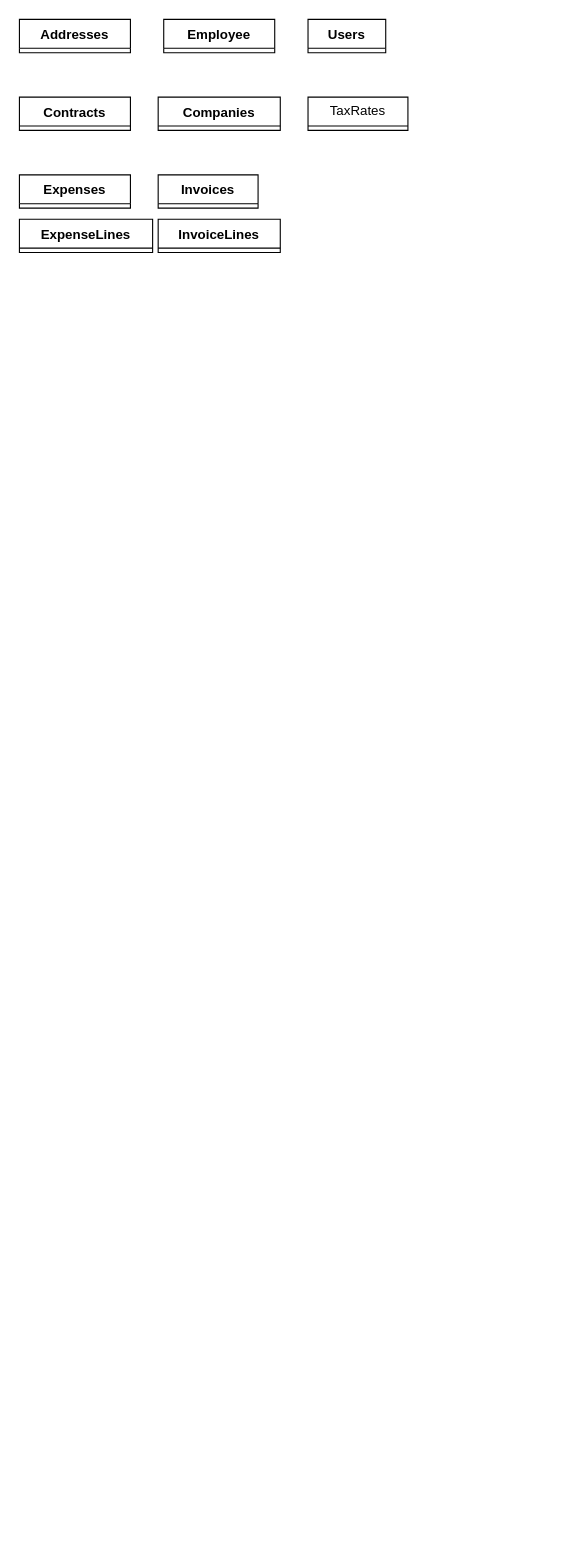
Above: Diagramme sans nom.drawio in Eaulmesse/upit_erp_dev (draw.io), before the change. Source tidied: cells renumbered, new cells numbered last; positions are measured from the earlier drawing's top-left corner, leaving out a move shared by most shapes. Both pictures are drawn from the tidied source at 111%, with x=0, y=0 at pixel (19, 19).
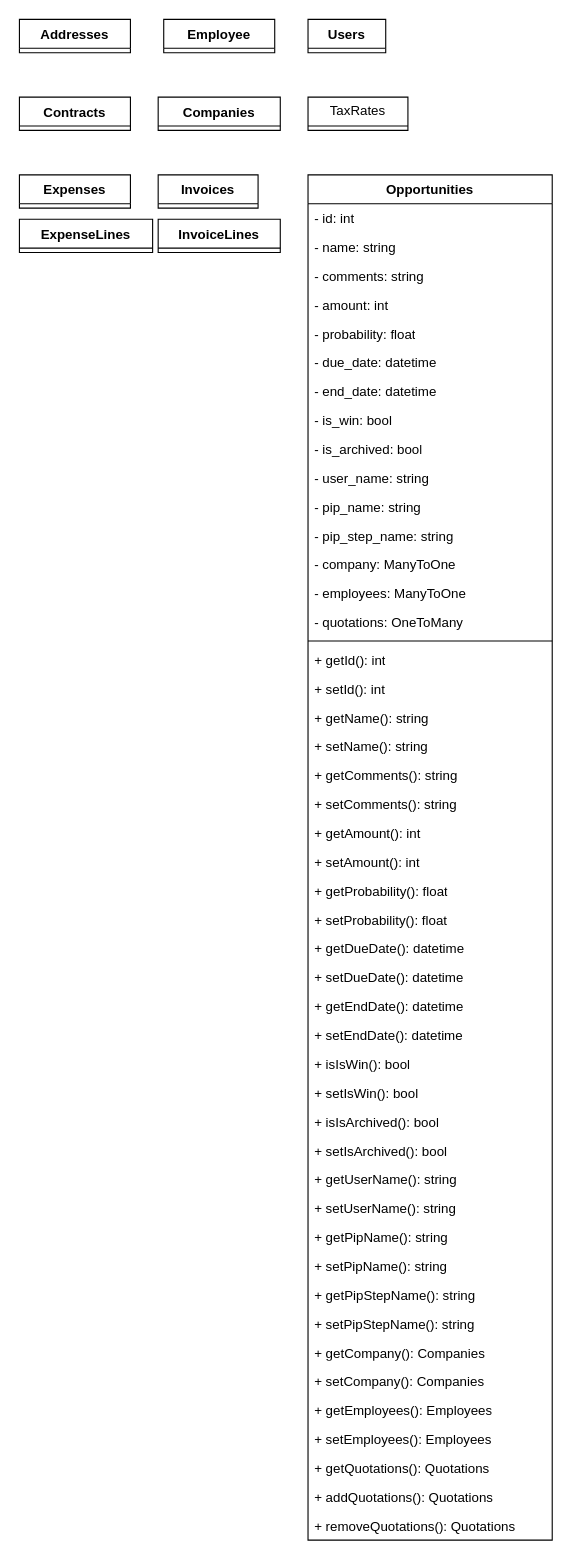
The same page after the edit.

Diff of the diagram source:
```diff
@@
+    <mxCell id="12" value="Opportunities" style="swimlane;fontStyle=1;align=center;verticalAlign=top;horizontal=1;startSize=26;whiteSpace=wrap;html=1;" parent="1" vertex="1">
+      <mxGeometry x="260" y="140" width="220" height="1230" as="geometry" />
+    </mxCell>
+    <mxCell id="13" value="- id: int" style="text;strokeColor=none;fillColor=none;align=left;verticalAlign=top;spacingLeft=4;spacingRight=4;overflow=hidden;whiteSpace=wrap;html=1;" parent="12" vertex="1">
+      <mxGeometry y="26" width="220" height="26" as="geometry" />
+    </mxCell>
+    <mxCell id="14" value="- name: string" style="text;strokeColor=none;fillColor=none;align=left;verticalAlign=top;spacingLeft=4;spacingRight=4;overflow=hidden;whiteSpace=wrap;html=1;" parent="12" vertex="1">
+      <mxGeometry y="52" width="220" height="26" as="geometry" />
+    </mxCell>
+    <mxCell id="15" value="- comments: string" style="text;strokeColor=none;fillColor=none;align=left;verticalAlign=top;spacingLeft=4;spacingRight=4;overflow=hidden;whiteSpace=wrap;html=1;" parent="12" vertex="1">
+      <mxGeometry y="78" width="220" height="26" as="geometry" />
+    </mxCell>
+    <mxCell id="16" value="- amount: int" style="text;strokeColor=none;fillColor=none;align=left;verticalAlign=top;spacingLeft=4;spacingRight=4;overflow=hidden;whiteSpace=wrap;html=1;" parent="12" vertex="1">
+      <mxGeometry y="104" width="220" height="26" as="geometry" />
+    </mxCell>
+    <mxCell id="17" value="- probability: float" style="text;strokeColor=none;fillColor=none;align=left;verticalAlign=top;spacingLeft=4;spacingRight=4;overflow=hidden;whiteSpace=wrap;html=1;" parent="12" vertex="1">
+      <mxGeometry y="130" width="220" height="26" as="geometry" />
+    </mxCell>
+    <mxCell id="18" value="- due_date: datetime" style="text;strokeColor=none;fillColor=none;align=left;verticalAlign=top;spacingLeft=4;spacingRight=4;overflow=hidden;whiteSpace=wrap;html=1;" parent="12" vertex="1">
+      <mxGeometry y="156" width="220" height="26" as="geometry" />
+    </mxCell>
+    <mxCell id="19" value="- end_date: datetime" style="text;strokeColor=none;fillColor=none;align=left;verticalAlign=top;spacingLeft=4;spacingRight=4;overflow=hidden;whiteSpace=wrap;html=1;" parent="12" vertex="1">
+      <mxGeometry y="182" width="220" height="26" as="geometry" />
+    </mxCell>
+    <mxCell id="20" value="- is_win: bool" style="text;strokeColor=none;fillColor=none;align=left;verticalAlign=top;spacingLeft=4;spacingRight=4;overflow=hidden;whiteSpace=wrap;html=1;" parent="12" vertex="1">
+      <mxGeometry y="208" width="220" height="26" as="geometry" />
+    </mxCell>
+    <mxCell id="21" value="- is_archived: bool" style="text;strokeColor=none;fillColor=none;align=left;verticalAlign=top;spacingLeft=4;spacingRight=4;overflow=hidden;whiteSpace=wrap;html=1;" parent="12" vertex="1">
+      <mxGeometry y="234" width="220" height="26" as="geometry" />
+    </mxCell>
+    <mxCell id="22" value="- user_name: string" style="text;strokeColor=none;fillColor=none;align=left;verticalAlign=top;spacingLeft=4;spacingRight=4;overflow=hidden;whiteSpace=wrap;html=1;" parent="12" vertex="1">
+      <mxGeometry y="260" width="220" height="26" as="geometry" />
+    </mxCell>
+    <mxCell id="23" value="- pip_name: string" style="text;strokeColor=none;fillColor=none;align=left;verticalAlign=top;spacingLeft=4;spacingRight=4;overflow=hidden;whiteSpace=wrap;html=1;" parent="12" vertex="1">
+      <mxGeometry y="286" width="220" height="26" as="geometry" />
+    </mxCell>
+    <mxCell id="24" value="- pip_step_name: string" style="text;strokeColor=none;fillColor=none;align=left;verticalAlign=top;spacingLeft=4;spacingRight=4;overflow=hidden;whiteSpace=wrap;html=1;" parent="12" vertex="1">
+      <mxGeometry y="312" width="220" height="26" as="geometry" />
+    </mxCell>
+    <mxCell id="25" value="- company: ManyToOne" style="text;strokeColor=none;fillColor=none;align=left;verticalAlign=top;spacingLeft=4;spacingRight=4;overflow=hidden;whiteSpace=wrap;html=1;" parent="12" vertex="1">
+      <mxGeometry y="338" width="220" height="26" as="geometry" />
+    </mxCell>
+    <mxCell id="26" value="- employees: ManyToOne" style="text;strokeColor=none;fillColor=none;align=left;verticalAlign=top;spacingLeft=4;spacingRight=4;overflow=hidden;whiteSpace=wrap;html=1;" parent="12" vertex="1">
+      <mxGeometry y="364" width="220" height="26" as="geometry" />
+    </mxCell>
+    <mxCell id="27" value="- quotations: OneToMany" style="text;strokeColor=none;fillColor=none;align=left;verticalAlign=top;spacingLeft=4;spacingRight=4;overflow=hidden;whiteSpace=wrap;html=1;" parent="12" vertex="1">
+      <mxGeometry y="390" width="220" height="26" as="geometry" />
+    </mxCell>
+    <mxCell id="28" style="line;strokeWidth=1;fillColor=none;align=left;verticalAlign=middle;spacingTop=-1;spacingLeft=3;spacingRight=3;labelPosition=right;strokeColor=inherit;" parent="12" vertex="1">
+      <mxGeometry y="416" width="220" height="8" as="geometry" />
+    </mxCell>
+    <mxCell id="29" value="+ getId(): int" style="text;strokeColor=none;fillColor=none;align=left;verticalAlign=top;spacingLeft=4;spacingRight=4;overflow=hidden;whiteSpace=wrap;html=1;" parent="12" vertex="1">
+      <mxGeometry y="424" width="220" height="26" as="geometry" />
+    </mxCell>
+    <mxCell id="30" value="+ setId(): int" style="text;strokeColor=none;fillColor=none;align=left;verticalAlign=top;spacingLeft=4;spacingRight=4;overflow=hidden;whiteSpace=wrap;html=1;" parent="12" vertex="1">
+      <mxGeometry y="450" width="220" height="26" as="geometry" />
+    </mxCell>
+    <mxCell id="31" value="+&amp;nbsp;getName&lt;span style=&quot;background-color: initial;&quot;&gt;(): string&lt;/span&gt;" style="text;strokeColor=none;fillColor=none;align=left;verticalAlign=top;spacingLeft=4;spacingRight=4;overflow=hidden;whiteSpace=wrap;html=1;" parent="12" vertex="1">
+      <mxGeometry y="476" width="220" height="26" as="geometry" />
+    </mxCell>
+    <mxCell id="32" value="+ setName&lt;span style=&quot;background-color: initial;&quot;&gt;(): string&lt;/span&gt;" style="text;strokeColor=none;fillColor=none;align=left;verticalAlign=top;spacingLeft=4;spacingRight=4;overflow=hidden;whiteSpace=wrap;html=1;" parent="12" vertex="1">
+      <mxGeometry y="502" width="220" height="26" as="geometry" />
+    </mxCell>
+    <mxCell id="33" value="+&amp;nbsp;getComments&lt;span style=&quot;background-color: initial;&quot;&gt;(): string&lt;/span&gt;" style="text;strokeColor=none;fillColor=none;align=left;verticalAlign=top;spacingLeft=4;spacingRight=4;overflow=hidden;whiteSpace=wrap;html=1;" parent="12" vertex="1">
+      <mxGeometry y="528" width="220" height="26" as="geometry" />
+    </mxCell>
+    <mxCell id="34" value="+ setComments&lt;span style=&quot;background-color: initial;&quot;&gt;(): string&lt;/span&gt;" style="text;strokeColor=none;fillColor=none;align=left;verticalAlign=top;spacingLeft=4;spacingRight=4;overflow=hidden;whiteSpace=wrap;html=1;" parent="12" vertex="1">
+      <mxGeometry y="554" width="220" height="26" as="geometry" />
+    </mxCell>
+    <mxCell id="35" value="+&amp;nbsp;getAmount&lt;span style=&quot;background-color: initial;&quot;&gt;(): int&lt;/span&gt;" style="text;strokeColor=none;fillColor=none;align=left;verticalAlign=top;spacingLeft=4;spacingRight=4;overflow=hidden;whiteSpace=wrap;html=1;" parent="12" vertex="1">
+      <mxGeometry y="580" width="220" height="26" as="geometry" />
+    </mxCell>
+    <mxCell id="36" value="+ setAmount&lt;span style=&quot;background-color: initial;&quot;&gt;(): int&lt;/span&gt;" style="text;strokeColor=none;fillColor=none;align=left;verticalAlign=top;spacingLeft=4;spacingRight=4;overflow=hidden;whiteSpace=wrap;html=1;" parent="12" vertex="1">
+      <mxGeometry y="606" width="220" height="26" as="geometry" />
+    </mxCell>
+    <mxCell id="37" value="+&amp;nbsp;getProbability&lt;span style=&quot;background-color: initial;&quot;&gt;(): float&lt;/span&gt;" style="text;strokeColor=none;fillColor=none;align=left;verticalAlign=top;spacingLeft=4;spacingRight=4;overflow=hidden;whiteSpace=wrap;html=1;" parent="12" vertex="1">
+      <mxGeometry y="632" width="220" height="26" as="geometry" />
+    </mxCell>
+    <mxCell id="38" value="+ setProbability&lt;span style=&quot;background-color: initial;&quot;&gt;(): float&lt;/span&gt;" style="text;strokeColor=none;fillColor=none;align=left;verticalAlign=top;spacingLeft=4;spacingRight=4;overflow=hidden;whiteSpace=wrap;html=1;" parent="12" vertex="1">
+      <mxGeometry y="658" width="220" height="26" as="geometry" />
+    </mxCell>
+    <mxCell id="39" value="+&amp;nbsp;getDueDate&lt;span style=&quot;background-color: initial;&quot;&gt;(): datetime&lt;/span&gt;" style="text;strokeColor=none;fillColor=none;align=left;verticalAlign=top;spacingLeft=4;spacingRight=4;overflow=hidden;whiteSpace=wrap;html=1;" parent="12" vertex="1">
+      <mxGeometry y="684" width="220" height="26" as="geometry" />
+    </mxCell>
+    <mxCell id="40" value="+ setDueDate&lt;span style=&quot;background-color: initial;&quot;&gt;(): datetime&lt;/span&gt;" style="text;strokeColor=none;fillColor=none;align=left;verticalAlign=top;spacingLeft=4;spacingRight=4;overflow=hidden;whiteSpace=wrap;html=1;" parent="12" vertex="1">
+      <mxGeometry y="710" width="220" height="26" as="geometry" />
+    </mxCell>
+    <mxCell id="41" value="+&amp;nbsp;getEndDate&lt;span style=&quot;background-color: initial;&quot;&gt;(): datetime&lt;/span&gt;" style="text;strokeColor=none;fillColor=none;align=left;verticalAlign=top;spacingLeft=4;spacingRight=4;overflow=hidden;whiteSpace=wrap;html=1;" parent="12" vertex="1">
+      <mxGeometry y="736" width="220" height="26" as="geometry" />
+    </mxCell>
+    <mxCell id="42" value="+ setEndDate&lt;span style=&quot;background-color: initial;&quot;&gt;(): datetime&lt;/span&gt;" style="text;strokeColor=none;fillColor=none;align=left;verticalAlign=top;spacingLeft=4;spacingRight=4;overflow=hidden;whiteSpace=wrap;html=1;" parent="12" vertex="1">
+      <mxGeometry y="762" width="220" height="26" as="geometry" />
+    </mxCell>
+    <mxCell id="43" value="+&amp;nbsp;isIsWin&lt;span style=&quot;background-color: initial;&quot;&gt;(): bool&lt;/span&gt;" style="text;strokeColor=none;fillColor=none;align=left;verticalAlign=top;spacingLeft=4;spacingRight=4;overflow=hidden;whiteSpace=wrap;html=1;" parent="12" vertex="1">
+      <mxGeometry y="788" width="220" height="26" as="geometry" />
+    </mxCell>
+    <mxCell id="44" value="+ setIsWin&lt;span style=&quot;background-color: initial;&quot;&gt;(): bool&lt;/span&gt;" style="text;strokeColor=none;fillColor=none;align=left;verticalAlign=top;spacingLeft=4;spacingRight=4;overflow=hidden;whiteSpace=wrap;html=1;" parent="12" vertex="1">
+      <mxGeometry y="814" width="220" height="26" as="geometry" />
+    </mxCell>
+    <mxCell id="45" value="+&amp;nbsp;isIsArchived&lt;span style=&quot;background-color: initial;&quot;&gt;(): bool&lt;/span&gt;" style="text;strokeColor=none;fillColor=none;align=left;verticalAlign=top;spacingLeft=4;spacingRight=4;overflow=hidden;whiteSpace=wrap;html=1;" parent="12" vertex="1">
+      <mxGeometry y="840" width="220" height="26" as="geometry" />
+    </mxCell>
+    <mxCell id="46" value="+ setIsArchived&lt;span style=&quot;background-color: initial;&quot;&gt;(): bool&lt;/span&gt;" style="text;strokeColor=none;fillColor=none;align=left;verticalAlign=top;spacingLeft=4;spacingRight=4;overflow=hidden;whiteSpace=wrap;html=1;" parent="12" vertex="1">
+      <mxGeometry y="866" width="220" height="26" as="geometry" />
+    </mxCell>
+    <mxCell id="47" value="+&amp;nbsp;getUserName&lt;span style=&quot;background-color: initial;&quot;&gt;(): string&lt;/span&gt;" style="text;strokeColor=none;fillColor=none;align=left;verticalAlign=top;spacingLeft=4;spacingRight=4;overflow=hidden;whiteSpace=wrap;html=1;" parent="12" vertex="1">
+      <mxGeometry y="892" width="220" height="26" as="geometry" />
+    </mxCell>
+    <mxCell id="48" value="+ setUserName&lt;span style=&quot;background-color: initial;&quot;&gt;(): string&lt;/span&gt;" style="text;strokeColor=none;fillColor=none;align=left;verticalAlign=top;spacingLeft=4;spacingRight=4;overflow=hidden;whiteSpace=wrap;html=1;" parent="12" vertex="1">
+      <mxGeometry y="918" width="220" height="26" as="geometry" />
+    </mxCell>
+    <mxCell id="49" value="+&amp;nbsp;getPipName&lt;span style=&quot;background-color: initial;&quot;&gt;(): string&lt;/span&gt;" style="text;strokeColor=none;fillColor=none;align=left;verticalAlign=top;spacingLeft=4;spacingRight=4;overflow=hidden;whiteSpace=wrap;html=1;" parent="12" vertex="1">
+      <mxGeometry y="944" width="220" height="26" as="geometry" />
+    </mxCell>
+    <mxCell id="50" value="+ setPipName&lt;span style=&quot;background-color: initial;&quot;&gt;(): string&lt;/span&gt;" style="text;strokeColor=none;fillColor=none;align=left;verticalAlign=top;spacingLeft=4;spacingRight=4;overflow=hidden;whiteSpace=wrap;html=1;" parent="12" vertex="1">
+      <mxGeometry y="970" width="220" height="26" as="geometry" />
+    </mxCell>
+    <mxCell id="51" value="+&amp;nbsp;getPipStepName&lt;span style=&quot;background-color: initial;&quot;&gt;(): string&lt;/span&gt;" style="text;strokeColor=none;fillColor=none;align=left;verticalAlign=top;spacingLeft=4;spacingRight=4;overflow=hidden;whiteSpace=wrap;html=1;" parent="12" vertex="1">
+      <mxGeometry y="996" width="220" height="26" as="geometry" />
+    </mxCell>
+    <mxCell id="52" value="+ setPipStepName&lt;span style=&quot;background-color: initial;&quot;&gt;(): string&lt;/span&gt;" style="text;strokeColor=none;fillColor=none;align=left;verticalAlign=top;spacingLeft=4;spacingRight=4;overflow=hidden;whiteSpace=wrap;html=1;" parent="12" vertex="1">
+      <mxGeometry y="1022" width="220" height="26" as="geometry" />
+    </mxCell>
+    <mxCell id="53" value="+&amp;nbsp;getCompany&lt;span style=&quot;background-color: initial;&quot;&gt;(): Companies&lt;/span&gt;" style="text;strokeColor=none;fillColor=none;align=left;verticalAlign=top;spacingLeft=4;spacingRight=4;overflow=hidden;whiteSpace=wrap;html=1;" parent="12" vertex="1">
+      <mxGeometry y="1048" width="220" height="26" as="geometry" />
+    </mxCell>
+    <mxCell id="54" value="+ setCompany&lt;span style=&quot;background-color: initial;&quot;&gt;(): Companies&lt;/span&gt;" style="text;strokeColor=none;fillColor=none;align=left;verticalAlign=top;spacingLeft=4;spacingRight=4;overflow=hidden;whiteSpace=wrap;html=1;" parent="12" vertex="1">
+      <mxGeometry y="1074" width="220" height="26" as="geometry" />
+    </mxCell>
+    <mxCell id="55" value="+&amp;nbsp;getEmployees&lt;span style=&quot;background-color: initial;&quot;&gt;(): Employees&lt;/span&gt;" style="text;strokeColor=none;fillColor=none;align=left;verticalAlign=top;spacingLeft=4;spacingRight=4;overflow=hidden;whiteSpace=wrap;html=1;" parent="12" vertex="1">
+      <mxGeometry y="1100" width="220" height="26" as="geometry" />
+    </mxCell>
+    <mxCell id="56" value="+ setEmployees&lt;span style=&quot;background-color: initial;&quot;&gt;(): Employees&lt;/span&gt;" style="text;strokeColor=none;fillColor=none;align=left;verticalAlign=top;spacingLeft=4;spacingRight=4;overflow=hidden;whiteSpace=wrap;html=1;" parent="12" vertex="1">
+      <mxGeometry y="1126" width="220" height="26" as="geometry" />
+    </mxCell>
+    <mxCell id="57" value="+&amp;nbsp;getQuotations&lt;span style=&quot;background-color: initial;&quot;&gt;(): Quotations&lt;/span&gt;" style="text;strokeColor=none;fillColor=none;align=left;verticalAlign=top;spacingLeft=4;spacingRight=4;overflow=hidden;whiteSpace=wrap;html=1;" parent="12" vertex="1">
+      <mxGeometry y="1152" width="220" height="26" as="geometry" />
+    </mxCell>
+    <mxCell id="58" value="+ addQuotations&lt;span style=&quot;background-color: initial;&quot;&gt;(): Quotations&lt;/span&gt;" style="text;strokeColor=none;fillColor=none;align=left;verticalAlign=top;spacingLeft=4;spacingRight=4;overflow=hidden;whiteSpace=wrap;html=1;" parent="12" vertex="1">
+      <mxGeometry y="1178" width="220" height="26" as="geometry" />
+    </mxCell>
+    <mxCell id="59" value="+ removeQuotations&lt;span style=&quot;background-color: initial;&quot;&gt;(): Quotations&lt;/span&gt;" style="text;strokeColor=none;fillColor=none;align=left;verticalAlign=top;spacingLeft=4;spacingRight=4;overflow=hidden;whiteSpace=wrap;html=1;" parent="12" vertex="1">
+      <mxGeometry y="1204" width="220" height="26" as="geometry" />
+    </mxCell>
```
